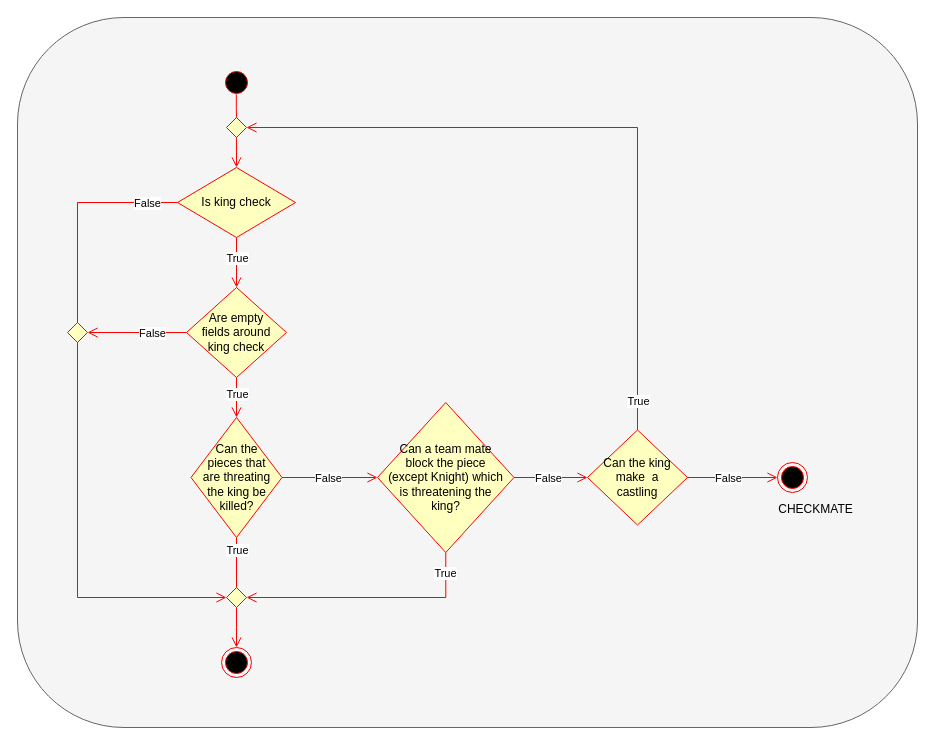
Above: uml/checkmate_activity_diagram.drawio in Chesslix/JavaChess (draw.io), before the change. Source tidied: cells renumbered, new cells numbered last; positions are measured from the earlier drawing's top-left corner, leaving out a move shared by most shapes. Both pictures are drawn from the tidied source at 100%, with x=0, y=0 at pixel (17, 17).
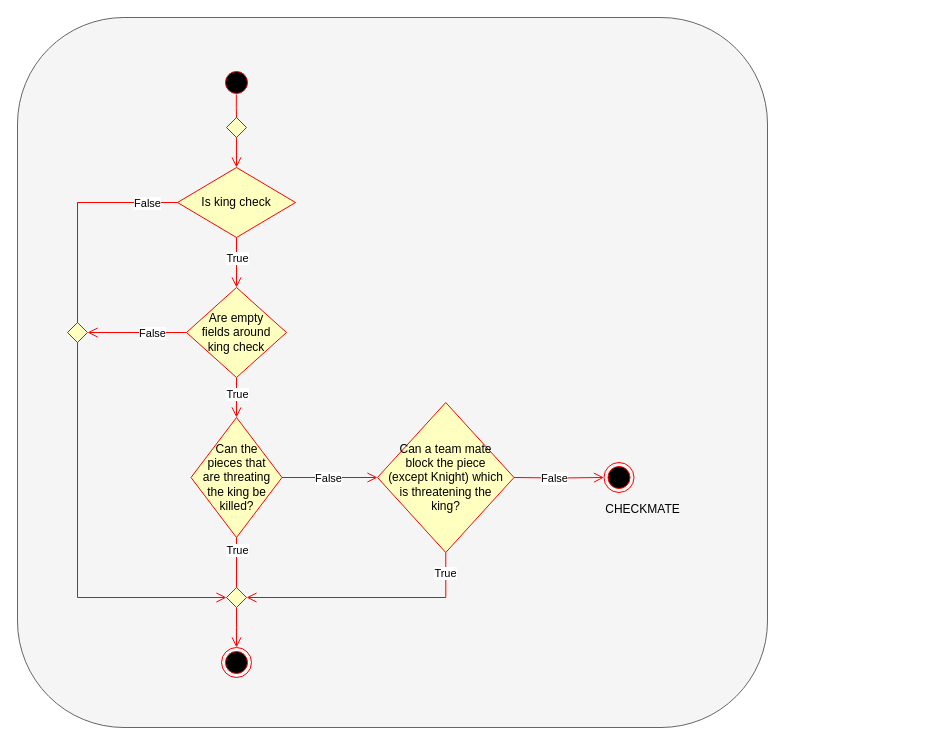
The same page after the edit.

Commit message (it also covers changes not shown here):
Updated UseCase / Checkmate UML

Unchanged cells that the change refers to:
```xml
<mxCell id="13" value="&lt;p style=&quot;font-size: 12px ; padding: 10px&quot;&gt;Can a team mate block the piece (except Knight) which is threatening the king?&lt;/p&gt;" style="rhombus;whiteSpace=wrap;html=1;fillColor=#ffffc0;strokeColor=#ff0000;" parent="1" vertex="1">
  <mxGeometry x="360" y="385" width="136.5" height="150" as="geometry" />
</mxCell>
<mxCell id="32" value="&lt;p style=&quot;font-size: 12px ; padding: 10px&quot;&gt;&lt;br&gt;&lt;/p&gt;" style="rhombus;whiteSpace=wrap;html=1;fillColor=#ffffc0;strokeColor=#ff0000;" parent="1" vertex="1">
  <mxGeometry x="209" y="100" width="20" height="20" as="geometry" />
</mxCell>
```

Change to the diagram source:
```diff
@@
     <mxCell id="2" style="rounded=1;whiteSpace=wrap;html=1;fontSize=12;fillColor=#f5f5f5;strokeColor=#666666;fontColor=#333333;" parent="1" vertex="1">
-      <mxGeometry width="900" height="710" as="geometry" />
+      <mxGeometry width="750" height="710" as="geometry" />
     </mxCell>
@@
-    <mxCell id="19" style="edgeStyle=orthogonalEdgeStyle;html=1;align=left;verticalAlign=bottom;endArrow=open;endSize=8;strokeColor=#ff0000;rounded=0;exitX=1;exitY=0.5;exitDx=0;exitDy=0;entryX=0;entryY=0.5;entryDx=0;entryDy=0;" parent="1" edge="1" source="13" target="31">
-      <mxGeometry x="-1" relative="1" as="geometry" />
-    </mxCell>
-    <mxCell id="20" value="False" style="edgeLabel;html=1;align=center;verticalAlign=middle;" parent="19" vertex="1">
-      <mxGeometry x="-0.25" y="1" relative="1" as="geometry">
-        <mxPoint x="6" y="1" as="offset" />
-      </mxGeometry>
-    </mxCell>
@@
     <mxCell id="28" value="CHECKMATE" style="ellipse;html=1;shape=endState;fillColor=#000000;strokeColor=#ff0000;fontSize=12;movableLabel=1;" parent="1" vertex="1">
-      <mxGeometry x="760" y="445" width="30" height="30" as="geometry">
+      <mxGeometry x="586.5" y="445" width="30" height="30" as="geometry">
         <mxPoint x="23" y="32" as="offset" />
       </mxGeometry>
     </mxCell>
@@
-    <mxCell id="31" value="&lt;p style=&quot;font-size: 12px ; padding: 10px&quot;&gt;Can the king make&amp;nbsp; a castling&lt;/p&gt;" style="rhombus;whiteSpace=wrap;html=1;fillColor=#ffffc0;strokeColor=#ff0000;" parent="1" vertex="1">
-      <mxGeometry x="570" y="412.5" width="100" height="95" as="geometry" />
-    </mxCell>
@@
-    <mxCell id="34" style="edgeStyle=orthogonalEdgeStyle;html=1;align=left;verticalAlign=bottom;endArrow=open;endSize=8;strokeColor=#ff0000;rounded=0;exitX=0.5;exitY=0;exitDx=0;exitDy=0;entryX=1;entryY=0.5;entryDx=0;entryDy=0;" parent="1" edge="1" source="31" target="32">
-      <mxGeometry x="-1" relative="1" as="geometry" />
-    </mxCell>
-    <mxCell id="35" value="True" style="edgeLabel;html=1;align=center;verticalAlign=middle;" parent="34" vertex="1">
-      <mxGeometry x="-0.25" y="1" relative="1" as="geometry">
-        <mxPoint x="1" y="231" as="offset" />
-      </mxGeometry>
-    </mxCell>
-    <mxCell id="36" style="edgeStyle=orthogonalEdgeStyle;html=1;align=left;verticalAlign=bottom;endArrow=open;endSize=8;strokeColor=#ff0000;rounded=0;exitX=1;exitY=0.5;exitDx=0;exitDy=0;entryX=0;entryY=0.5;entryDx=0;entryDy=0;" parent="1" edge="1" source="31" target="28">
-      <mxGeometry x="-1" relative="1" as="geometry" />
+    <mxCell id="36" style="edgeStyle=orthogonalEdgeStyle;html=1;align=left;verticalAlign=bottom;endArrow=open;endSize=8;strokeColor=#ff0000;rounded=0;exitX=1;exitY=0.5;exitDx=0;exitDy=0;entryX=0;entryY=0.5;entryDx=0;entryDy=0;" parent="1" edge="1" target="28">
+      <mxGeometry x="-1" relative="1" as="geometry">
+        <mxPoint x="496.5" y="460" as="sourcePoint" />
+      </mxGeometry>
     </mxCell>
```
